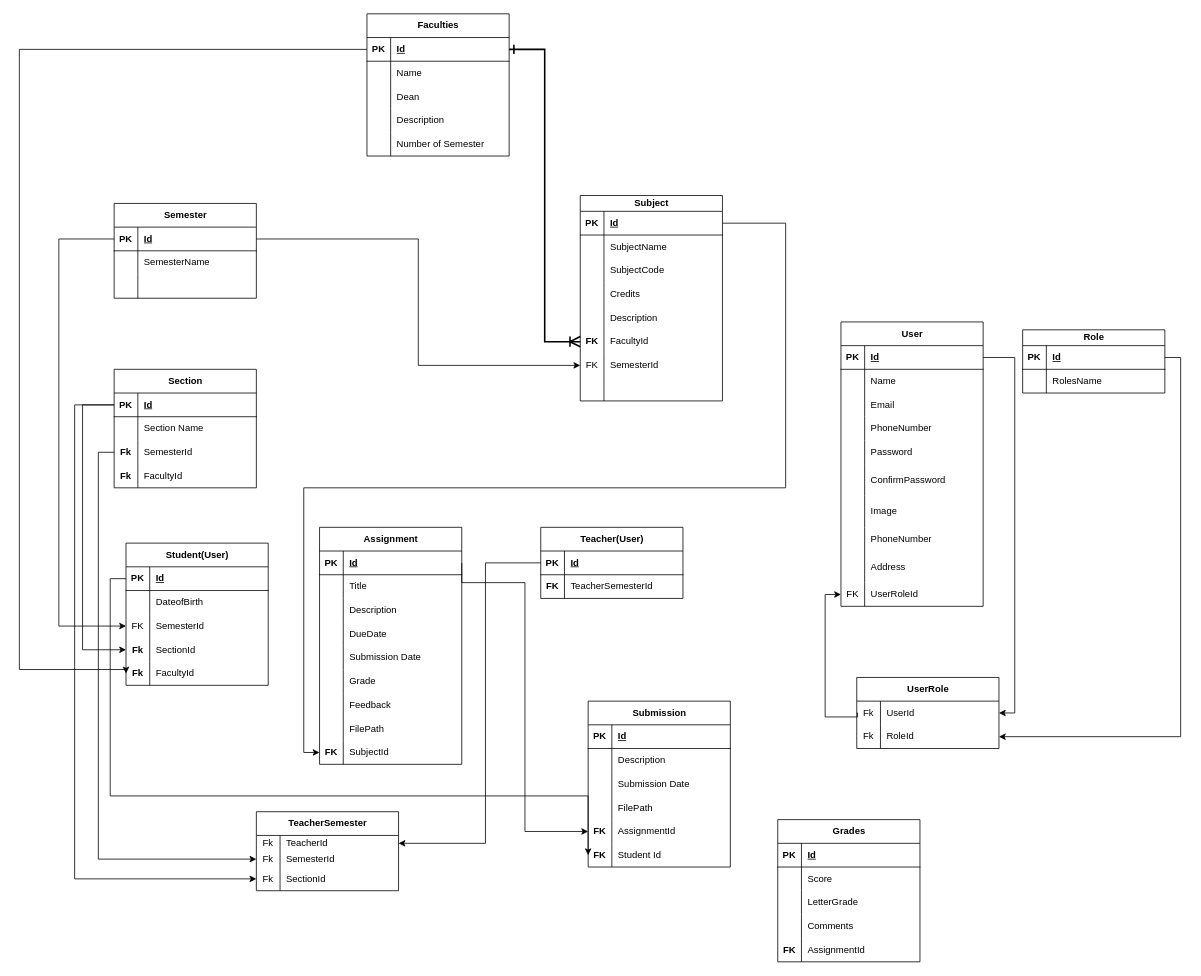
Before: Untitled Diagram.drawio in Prakriti4/DotNetMVC, a draw.io diagram. Source tidied: cells renumbered, new cells numbered last; positions are measured from the earlier drawing's top-left corner, leaving out a move shared by most shapes. Both pictures are drawn from the tidied source at 79%, with x=0, y=0 at pixel (19, 13).
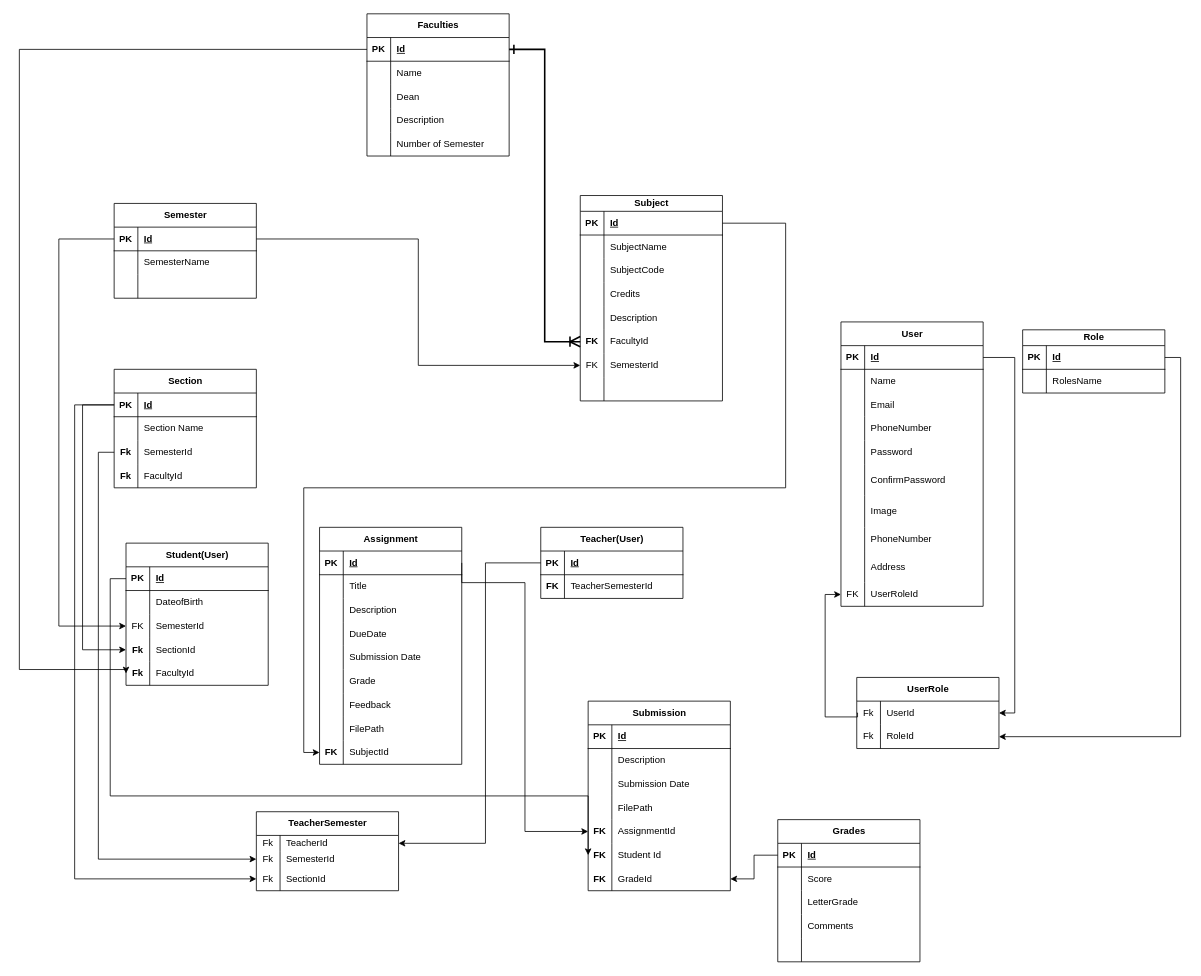
The same page after the edit.

Unchanged cells that the change refers to:
```xml
<mxCell id="205" style="shape=tableRow;horizontal=0;startSize=0;swimlaneHead=0;swimlaneBody=0;fillColor=none;points=[[0,0.5],[1,0.5]];portConstraint=eastwest;top=0;left=0;right=0;bottom=1;" parent="204" vertex="1">
  <mxGeometry y="30" width="180" height="30" as="geometry" />
</mxCell>
<mxCell id="217" style="shape=tableRow;horizontal=0;startSize=0;swimlaneHead=0;swimlaneBody=0;fillColor=none;top=0;left=0;right=0;bottom=0;" parent="204" vertex="1">
  <mxGeometry y="150" width="180" height="30" as="geometry" />
</mxCell>
```

The edit, as a diff of the source:
```diff
@@
     <mxCell id="184" value="Submission" style="shape=table;startSize=30;childLayout=tableLayout;rowLines=0;fontStyle=1;align=center;html=1;" parent="1" vertex="1">
-      <mxGeometry x="720" y="870" width="180" height="210" as="geometry" />
+      <mxGeometry x="720" y="870" width="180" height="240" as="geometry" />
     </mxCell>
@@
+    <mxCell id="221" style="shape=tableRow;horizontal=0;startSize=0;swimlaneHead=0;swimlaneBody=0;fillColor=none;points=[[0,0.5],[1,0.5]];portConstraint=eastwest;top=0;left=0;right=0;bottom=0;" parent="184" vertex="1">
+      <mxGeometry y="210" width="180" height="30" as="geometry" />
+    </mxCell>
+    <mxCell id="222" value="&lt;b&gt;FK&lt;/b&gt;" style="shape=partialRectangle;fillColor=none;top=0;left=0;bottom=0;right=0;overflow=hidden;whiteSpace=wrap;html=1;" parent="221" vertex="1">
+      <mxGeometry width="30" height="30" as="geometry" />
+    </mxCell>
+    <mxCell id="223" value="GradeId" style="shape=partialRectangle;fillColor=none;top=0;left=0;bottom=0;right=0;align=left;spacingLeft=6;overflow=hidden;whiteSpace=wrap;html=1;" parent="221" vertex="1">
+      <mxGeometry x="30" width="150" height="30" as="geometry" />
+    </mxCell>
@@
-    <mxCell id="218" value="&lt;b&gt;FK&lt;/b&gt;" style="shape=partialRectangle;fillColor=none;top=0;left=0;bottom=0;right=0;overflow=hidden;whiteSpace=wrap;html=1;" parent="217" vertex="1">
+    <mxCell id="218" style="shape=partialRectangle;fillColor=none;top=0;left=0;bottom=0;right=0;overflow=hidden;whiteSpace=wrap;html=1;" parent="217" vertex="1">
       <mxGeometry width="30" height="30" as="geometry" />
     </mxCell>
-    <mxCell id="219" value="AssignmentId" style="shape=partialRectangle;fillColor=none;top=0;left=0;bottom=0;right=0;align=left;spacingLeft=6;overflow=hidden;whiteSpace=wrap;html=1;" parent="217" vertex="1">
+    <mxCell id="219" style="shape=partialRectangle;fillColor=none;top=0;left=0;bottom=0;right=0;align=left;spacingLeft=6;overflow=hidden;whiteSpace=wrap;html=1;" parent="217" vertex="1">
       <mxGeometry x="30" width="150" height="30" as="geometry" />
     </mxCell>
@@
+    <mxCell id="224" style="edgeStyle=orthogonalEdgeStyle;rounded=0;jettySize=auto;html=1;exitX=0;exitY=0.5;exitDx=0;exitDy=0;entryX=1;entryY=0.5;entryDx=0;entryDy=0;" parent="1" edge="1" source="205" target="221">
+      <mxGeometry relative="1" as="geometry" />
+    </mxCell>
```
